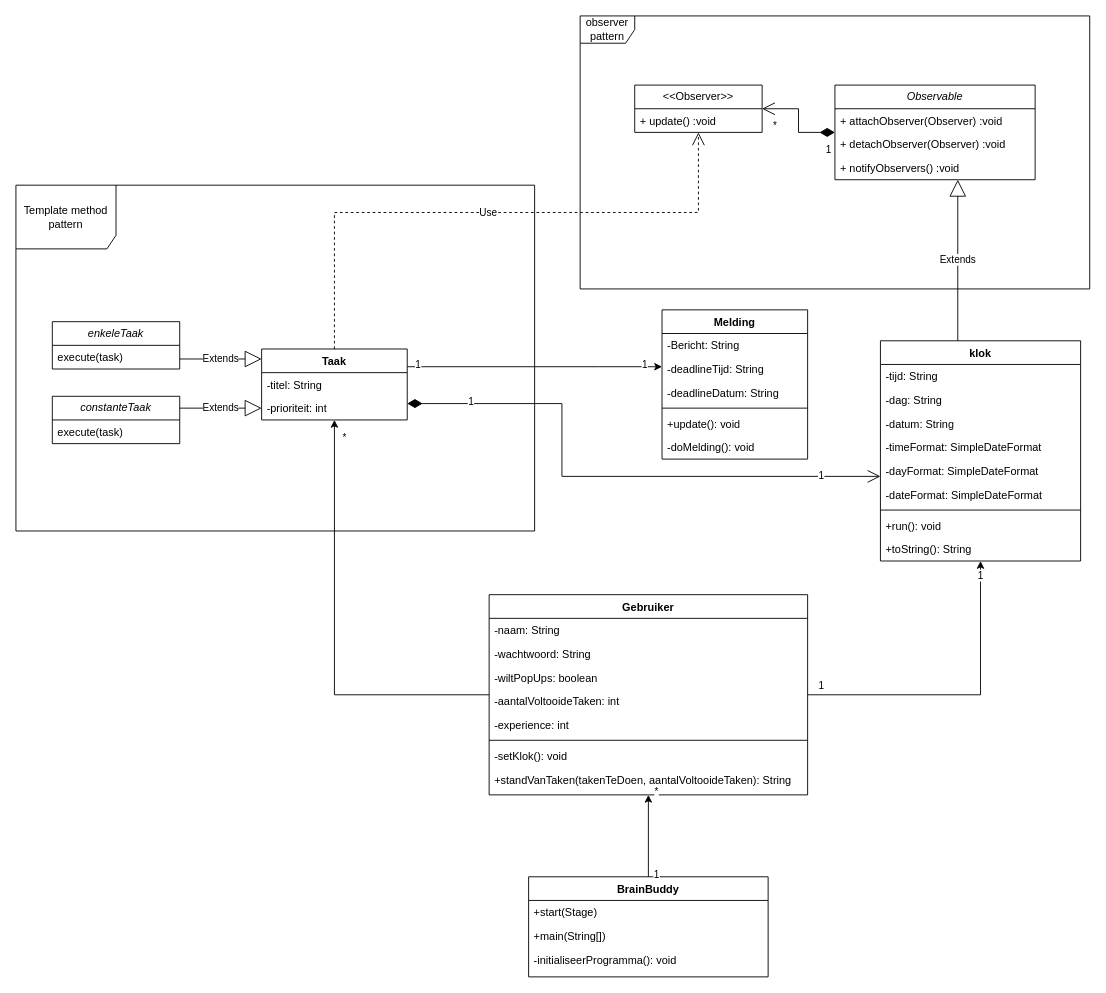
This is OPT3-2023/documentation/UML design Brainbuddy.drawio from jipiekaye/OPT3-2023, a draw.io file, before an edit. Source tidied: cells renumbered, new cells numbered last; positions are measured from the earlier drawing's top-left corner, leaving out a move shared by most shapes. Both pictures are drawn from the tidied source at 91%, with x=0, y=0 at pixel (15, 15).
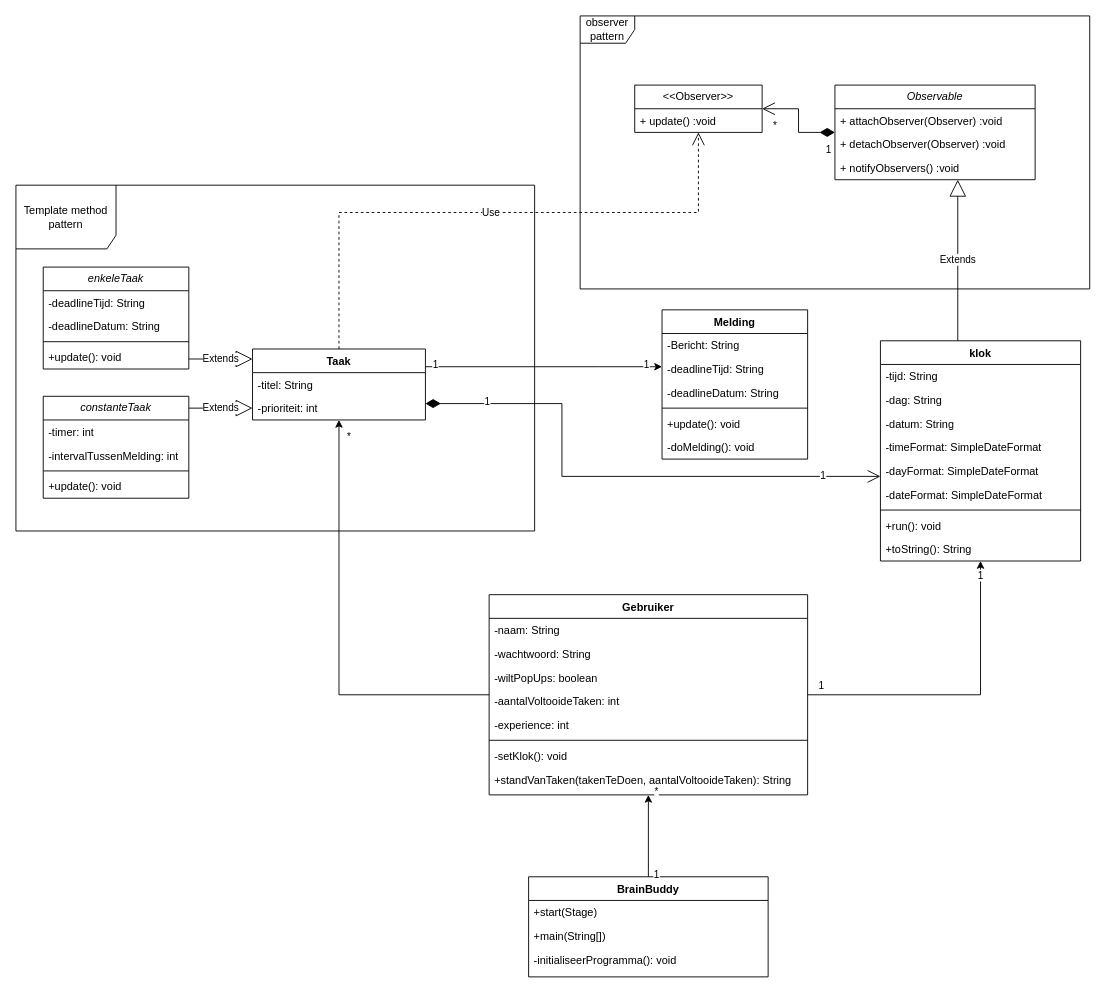
The same diagram, later.

What changed in the source:
```diff
@@
     <mxCell id="11" value="Taak" style="swimlane;fontStyle=1;align=center;verticalAlign=top;horizontal=1;startSize=26;whiteSpace=wrap;html=1;" parent="1" vertex="1">
-      <mxGeometry x="270" y="366" width="160" height="78" as="geometry" />
+      <mxGeometry x="260" y="366" width="190" height="78" as="geometry" />
     </mxCell>
     <mxCell id="12" value="-titel: String" style="text;strokeColor=none;fillColor=none;align=left;verticalAlign=top;spacingLeft=4;spacingRight=4;overflow=hidden;whiteSpace=wrap;html=1;" parent="11" vertex="1">
-      <mxGeometry y="26" width="160" height="26" as="geometry" />
+      <mxGeometry y="26" width="190" height="26" as="geometry" />
     </mxCell>
     <mxCell id="13" value="-prioriteit: int" style="text;strokeColor=none;fillColor=none;align=left;verticalAlign=top;spacingLeft=4;spacingRight=4;overflow=hidden;whiteSpace=wrap;html=1;" parent="11" vertex="1">
-      <mxGeometry y="52" width="160" height="26" as="geometry" />
+      <mxGeometry y="52" width="190" height="26" as="geometry" />
     </mxCell>
@@
     <mxCell id="44" value="&lt;i&gt;enkeleTaak&lt;/i&gt;" style="swimlane;fontStyle=0;horizontal=1;startSize=26;fillColor=none;whiteSpace=wrap;html=1;" parent="1" vertex="1">
-      <mxGeometry x="40" y="336" width="140" height="52" as="geometry" />
+      <mxGeometry x="30" y="276" width="160" height="112" as="geometry" />
     </mxCell>
-    <mxCell id="45" value="execute(task)" style="text;strokeColor=none;fillColor=none;align=left;verticalAlign=top;spacingLeft=4;spacingRight=4;overflow=hidden;whiteSpace=wrap;html=1;" parent="44" vertex="1">
-      <mxGeometry y="26" width="140" height="26" as="geometry" />
-    </mxCell>
+    <mxCell id="67" value="-deadlineTijd: String" style="text;strokeColor=none;fillColor=none;align=left;verticalAlign=top;spacingLeft=4;spacingRight=4;overflow=hidden;whiteSpace=wrap;html=1;" parent="44" vertex="1">
+      <mxGeometry y="26" width="160" height="26" as="geometry" />
+    </mxCell>
+    <mxCell id="68" value="-deadlineDatum: String" style="text;strokeColor=none;fillColor=none;align=left;verticalAlign=top;spacingLeft=4;spacingRight=4;overflow=hidden;whiteSpace=wrap;html=1;" parent="44" vertex="1">
+      <mxGeometry y="52" width="160" height="26" as="geometry" />
+    </mxCell>
+    <mxCell id="69" style="line;strokeWidth=1;fillColor=none;align=left;verticalAlign=middle;spacingTop=-1;spacingLeft=3;spacingRight=3;labelPosition=right;strokeColor=inherit;" parent="44" vertex="1">
+      <mxGeometry y="78" width="160" height="8" as="geometry" />
+    </mxCell>
+    <mxCell id="70" value="+update(): void" style="text;strokeColor=none;fillColor=none;align=left;verticalAlign=top;spacingLeft=4;spacingRight=4;overflow=hidden;whiteSpace=wrap;html=1;" parent="44" vertex="1">
+      <mxGeometry y="86" width="160" height="26" as="geometry" />
+    </mxCell>
     <mxCell id="46" value="&lt;i&gt;constanteTaak&lt;/i&gt;" style="swimlane;fontStyle=0;horizontal=1;startSize=26;fillColor=none;whiteSpace=wrap;html=1;" parent="1" vertex="1">
-      <mxGeometry x="40" y="418" width="140" height="52" as="geometry" />
+      <mxGeometry x="30" y="418" width="160" height="112" as="geometry" />
     </mxCell>
-    <mxCell id="47" value="execute(task)" style="text;strokeColor=none;fillColor=none;align=left;verticalAlign=top;spacingLeft=4;spacingRight=4;overflow=hidden;whiteSpace=wrap;html=1;" parent="46" vertex="1">
-      <mxGeometry y="26" width="140" height="26" as="geometry" />
+    <mxCell id="47" value="-timer: int" style="text;strokeColor=none;fillColor=none;align=left;verticalAlign=top;spacingLeft=4;spacingRight=4;overflow=hidden;whiteSpace=wrap;html=1;" parent="46" vertex="1">
+      <mxGeometry y="26" width="160" height="26" as="geometry" />
     </mxCell>
+    <mxCell id="71" value="-intervalTussenMelding: int" style="text;strokeColor=none;fillColor=none;align=left;verticalAlign=top;spacingLeft=4;spacingRight=4;overflow=hidden;whiteSpace=wrap;html=1;" parent="46" vertex="1">
+      <mxGeometry y="52" width="160" height="26" as="geometry" />
+    </mxCell>
+    <mxCell id="72" style="line;strokeWidth=1;fillColor=none;align=left;verticalAlign=middle;spacingTop=-1;spacingLeft=3;spacingRight=3;labelPosition=right;strokeColor=inherit;" parent="46" vertex="1">
+      <mxGeometry y="78" width="160" height="8" as="geometry" />
+    </mxCell>
+    <mxCell id="73" value="+update(): void" style="text;strokeColor=none;fillColor=none;align=left;verticalAlign=top;spacingLeft=4;spacingRight=4;overflow=hidden;whiteSpace=wrap;html=1;" parent="46" vertex="1">
+      <mxGeometry y="86" width="160" height="26" as="geometry" />
+    </mxCell>
```
